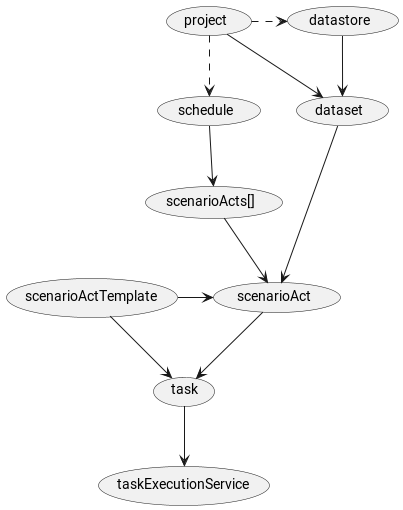
This is doc/entities_design/logical_entities_dependency.png from zaytsevdmitry/lakehouse, a PlantUML export, as it was before one commit.
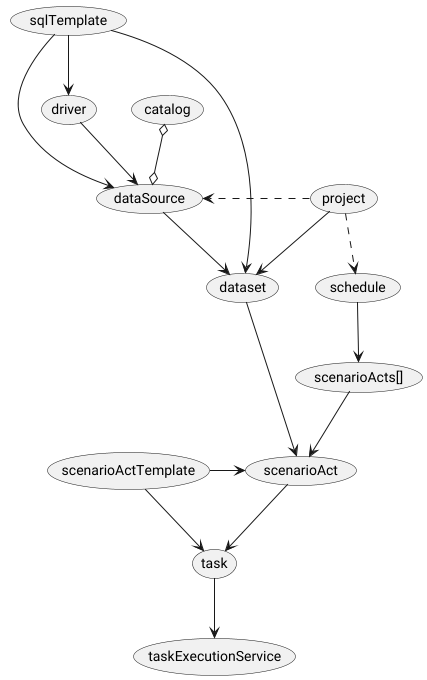
After the commit.

The edit, as a diff of the source:
```diff
@@ -6,8 +6,13 @@
 (scenarioAct) --> (task)
 (task)-->(taskExecutionService)
 (dataset) -> (scenarioAct)
-(datastore) --> (dataset)
+(dataSource) --> (dataset)
 (project) -> (dataset)
 (project) ..> (schedule)
-(project) .> (datastore)
+(driver)-->(dataSource)
+(sqlTemplate) --> (driver)
+(sqlTemplate) --> (dataSource)
+(sqlTemplate) --> (dataset)
+(catalog) o--o  (dataSource)
+(project) .> (dataSource)
 @enduml
```
